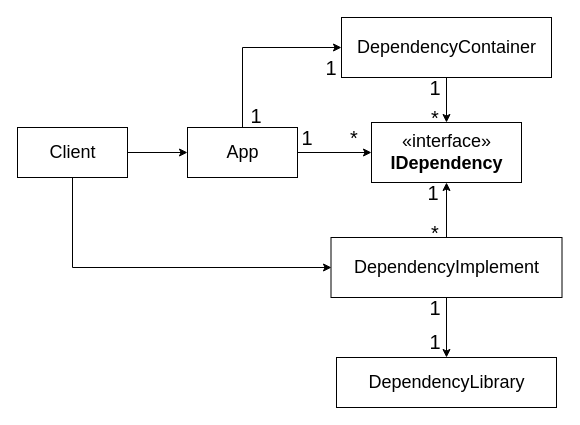
Above: packages/依赖隔离模式/role_abstract/UML.drawio in yyc-git/3DProgramPattern (draw.io), before the change. Source tidied: cells renumbered, new cells numbered last; positions are measured from the earlier drawing's top-left corner, leaving out a move shared by most shapes. Both pictures are drawn from the tidied source at 100%, with x=0, y=0 at pixel (17, 17).
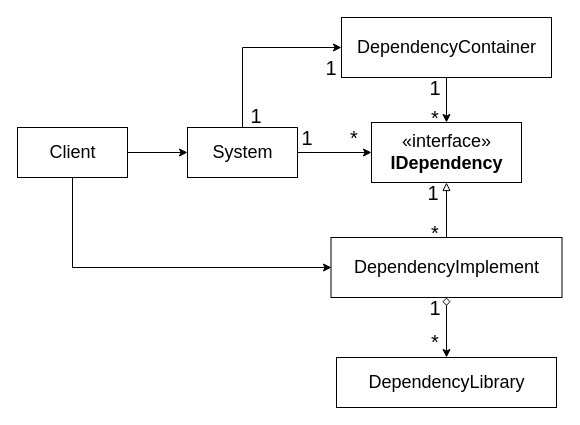
After the change.

Unchanged cells that the change refers to:
```xml
<mxCell id="7" value="DependencyImplement" style="html=1;fontSize=18;" parent="1" vertex="1">
  <mxGeometry x="313.5" y="220" width="231" height="60" as="geometry" />
</mxCell>
<mxCell id="8" value="&lt;font style=&quot;font-size: 18px&quot;&gt;«interface»&lt;br&gt;&lt;b&gt;IDependency&lt;/b&gt;&lt;/font&gt;" style="html=1;" parent="1" vertex="1">
  <mxGeometry x="354" y="105" width="150" height="60" as="geometry" />
</mxCell>
<mxCell id="9" value="DependencyLibrary" style="html=1;fontSize=18;" parent="1" vertex="1">
  <mxGeometry x="319" y="340" width="220" height="50" as="geometry" />
</mxCell>
```

The edit, as a diff of the source:
```diff
@@
-    <mxCell id="4" value="App" style="html=1;fontSize=18;" parent="1" vertex="1">
+    <mxCell id="4" value="System" style="html=1;fontSize=18;" parent="1" vertex="1">
       <mxGeometry x="170" y="110" width="110" height="50" as="geometry" />
     </mxCell>
-    <mxCell id="5" style="edgeStyle=orthogonalEdgeStyle;rounded=0;jettySize=auto;html=1;entryX=0.5;entryY=1;entryDx=0;entryDy=0;" parent="1" edge="1" source="7" target="8">
+    <mxCell id="5" style="edgeStyle=orthogonalEdgeStyle;rounded=0;jettySize=auto;html=1;entryX=0.5;entryY=1;entryDx=0;entryDy=0;endArrow=block;endFill=0;" parent="1" edge="1" source="7" target="8">
       <mxGeometry relative="1" as="geometry" />
     </mxCell>
-    <mxCell id="6" style="edgeStyle=orthogonalEdgeStyle;rounded=0;jettySize=auto;html=1;startArrow=none;startFill=0;" parent="1" edge="1" source="7" target="9">
+    <mxCell id="6" style="edgeStyle=orthogonalEdgeStyle;rounded=0;jettySize=auto;html=1;startArrow=diamond;startFill=0;" parent="1" edge="1" source="7" target="9">
       <mxGeometry relative="1" as="geometry" />
     </mxCell>
@@
-    <mxCell id="20" value="&lt;span style=&quot;font-size: 20px&quot;&gt;1&lt;/span&gt;" style="text;html=1;strokeColor=none;fillColor=none;align=center;verticalAlign=middle;whiteSpace=wrap;rounded=0;strokeWidth=1;" parent="1" vertex="1">
+    <mxCell id="20" value="&lt;span style=&quot;font-size: 20px&quot;&gt;*&lt;/span&gt;" style="text;html=1;strokeColor=none;fillColor=none;align=center;verticalAlign=middle;whiteSpace=wrap;rounded=0;strokeWidth=1;" parent="1" vertex="1">
       <mxGeometry x="408" y="314" width="20" height="20" as="geometry" />
     </mxCell>
```
